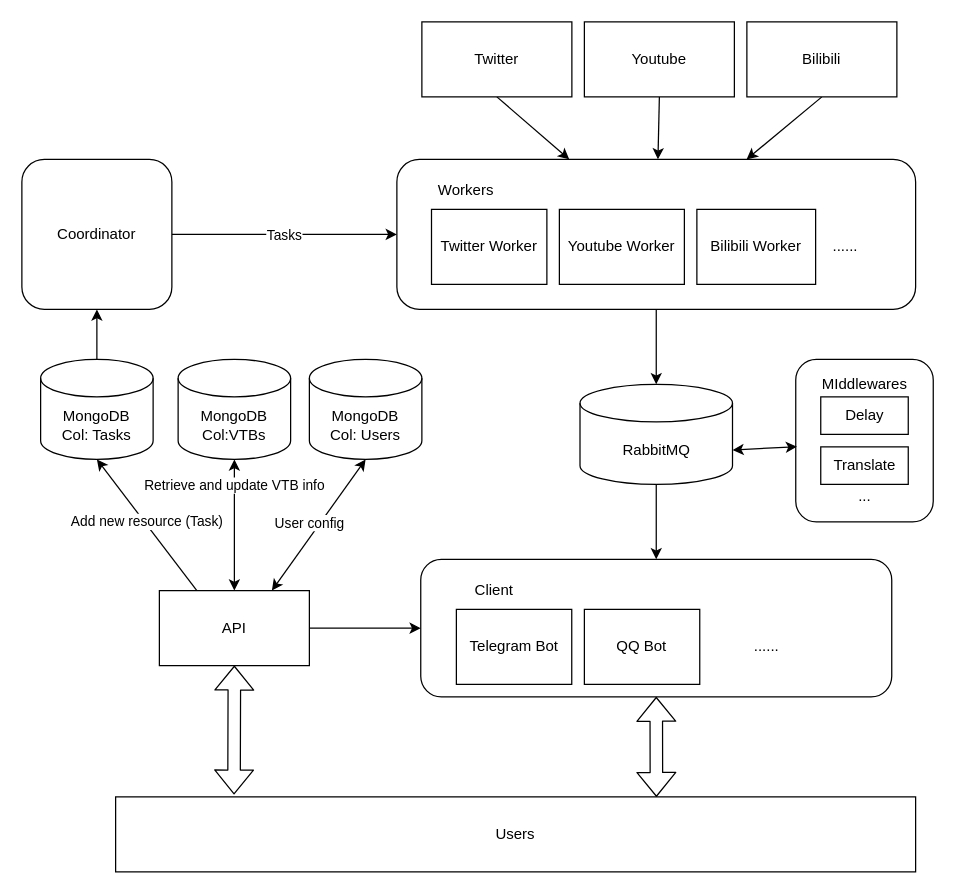
Earlier version of the draw.io diagram arch.drawio (suisei-cn/stargazer-reborn). Source tidied: cells renumbered, new cells numbered last; positions are measured from the earlier drawing's top-left corner, leaving out a move shared by most shapes. Both pictures are drawn from the tidied source at 125%, with x=0, y=0 at pixel (21, 21).
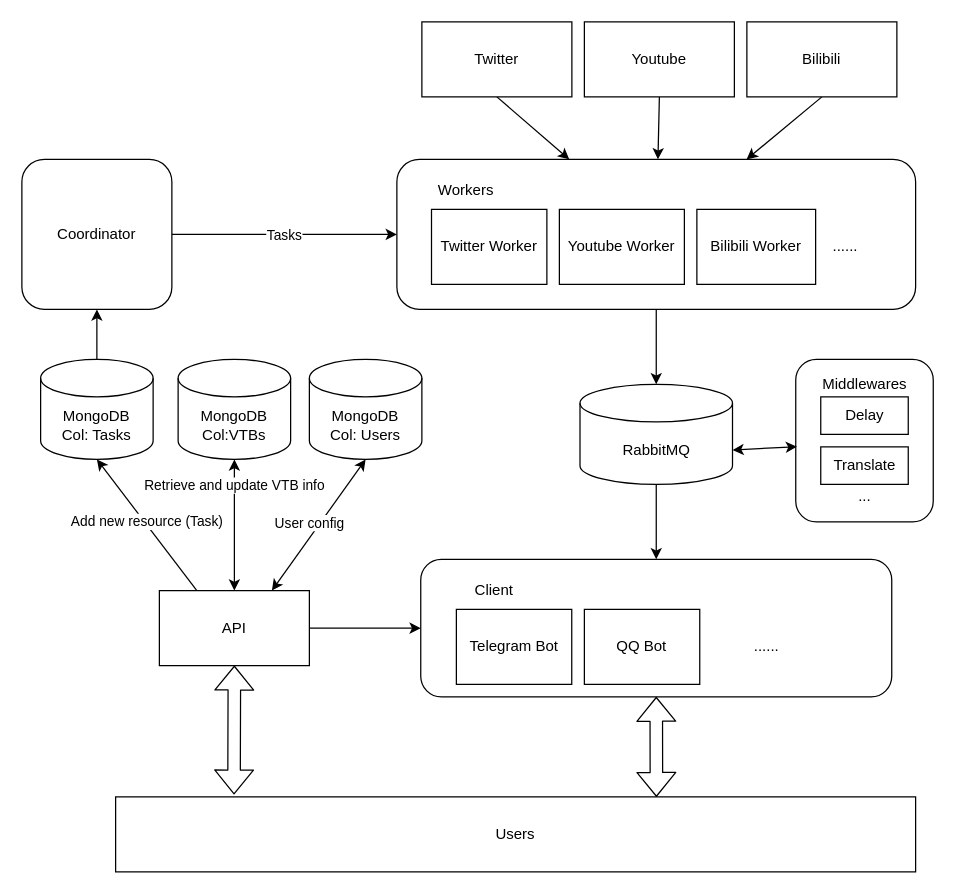
The same page after the edit.

The change refers to these unchanged cells:
```xml
<mxCell id="41" style="group;" parent="1" vertex="1">
  <mxGeometry x="619.1" y="270" width="110" height="130" as="geometry" />
</mxCell>
```

The edit, as a diff of the source:
```diff
@@
-    <mxCell id="45" value="MIddlewares" style="text;html=1;align=center;verticalAlign=middle;strokeColor=none;fillColor=none;" parent="41" vertex="1">
+    <mxCell id="45" value="Middlewares" style="text;html=1;align=center;verticalAlign=middle;strokeColor=none;fillColor=none;" parent="41" vertex="1">
       <mxGeometry x="15" y="10" width="80" height="20" as="geometry" />
     </mxCell>
```
